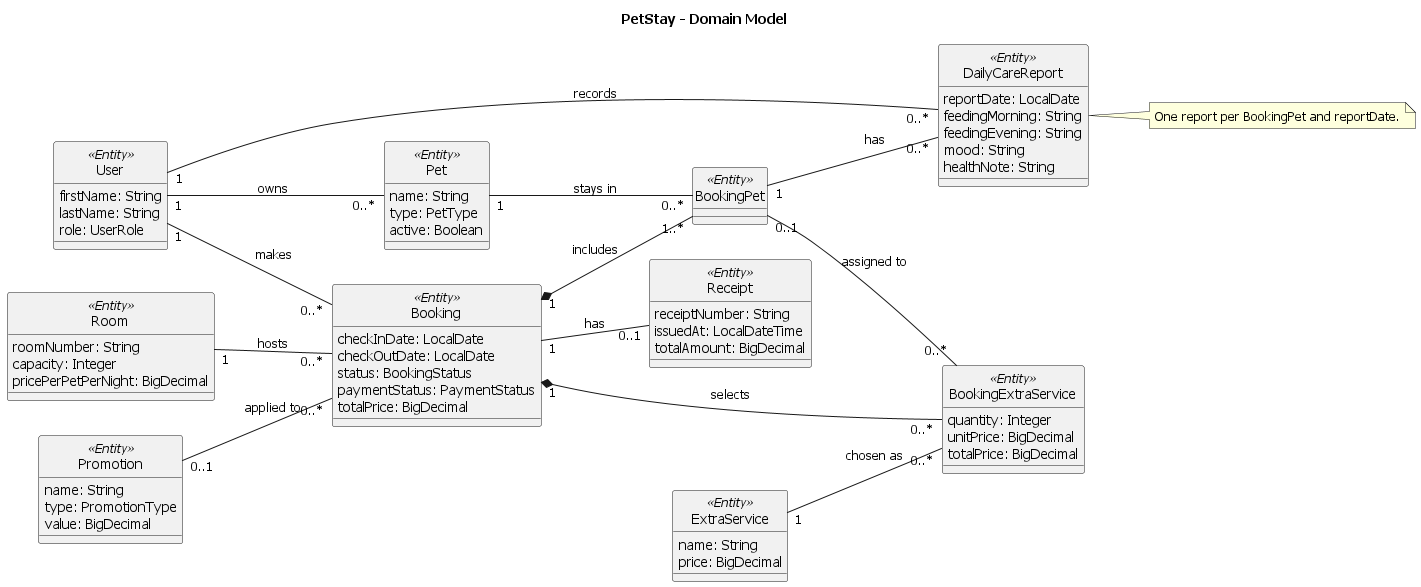
Tanut-oam/PetsHotel_Project keeps this PlantUML diagram as img/diagrams/domain-model.png. Above is the earlier version. Its diagram source:
```plantuml
@startuml domain-model
left to right direction
skinparam defaultFontName "Tahoma"
skinparam classAttributeIconSize 0
hide circle

title PetStay - Domain Model


class User <<Entity>> {
  firstName: String
  lastName: String
  role: UserRole
}

class Pet <<Entity>> {
  name: String
  type: PetType
  active: Boolean
}

class Room <<Entity>> {
  roomNumber: String
  capacity: Integer
  pricePerPetPerNight: BigDecimal
}


class Booking <<Entity>> {
  checkInDate: LocalDate
  checkOutDate: LocalDate
  status: BookingStatus
  paymentStatus: PaymentStatus
  totalPrice: BigDecimal
}

class BookingPet <<Entity>>

class DailyCareReport <<Entity>> {
  reportDate: LocalDate
  feedingMorning: String
  feedingEvening: String
  mood: String
  healthNote: String
}


class Promotion <<Entity>> {
  name: String
  type: PromotionType
  value: BigDecimal
}

class ExtraService <<Entity>> {
  name: String
  price: BigDecimal
}

class BookingExtraService <<Entity>> {
  quantity: Integer
  unitPrice: BigDecimal
  totalPrice: BigDecimal
}

class Receipt <<Entity>> {
  receiptNumber: String
  issuedAt: LocalDateTime
  totalAmount: BigDecimal
}


User "1" -- "0..*" Pet : owns
User "1" -- "0..*" Booking : makes
User "1" -- "0..*" DailyCareReport : records

Room "1" -- "0..*" Booking : hosts
Booking "1" *-- "1..*" BookingPet : includes
Pet "1" -- "0..*" BookingPet : stays in
BookingPet "1" -- "0..*" DailyCareReport : has

Promotion "0..1" -- "0..*" Booking : applied to
Booking "1" *-- "0..*" BookingExtraService : selects
ExtraService "1" -- "0..*" BookingExtraService : chosen as
BookingPet "0..1" -- "0..*" BookingExtraService : assigned to
Booking "1" -- "0..1" Receipt : has

note right of DailyCareReport
  One report per BookingPet and reportDate.
end note

@enduml
```
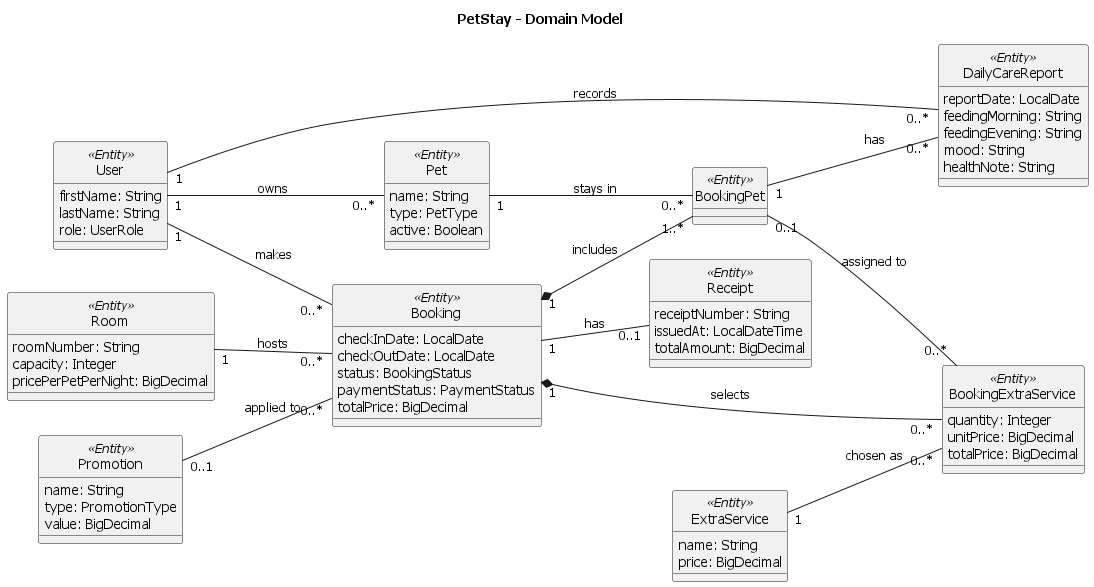
The same file after the commit.

Commit message:
docs: remove note from domain model

The edit, as a diff of the source:
```diff
@@ -84,8 +84,4 @@
 BookingPet "0..1" -- "0..*" BookingExtraService : assigned to
 Booking "1" -- "0..1" Receipt : has
 
-note right of DailyCareReport
-  One report per BookingPet and reportDate.
-end note
-
 @enduml
```
